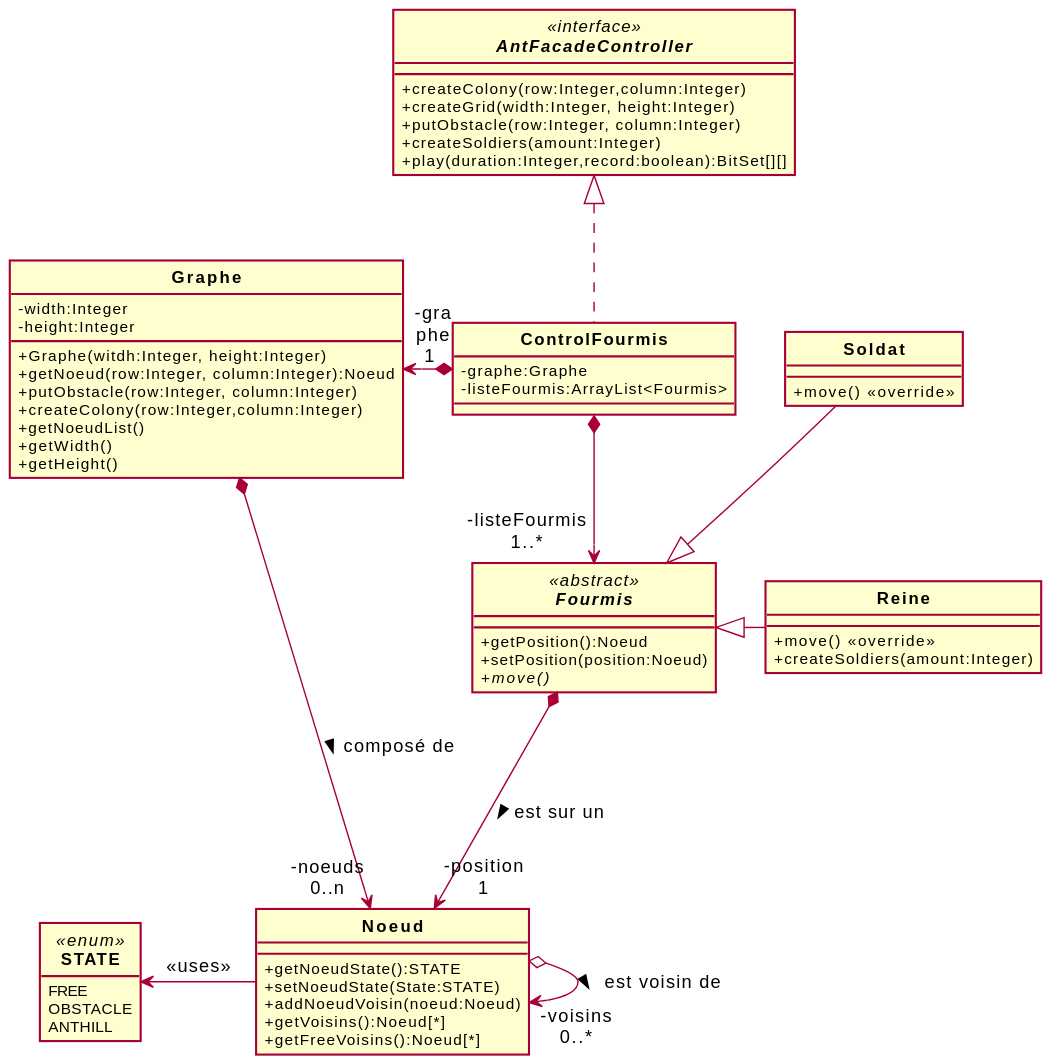
Before: Fourmis_DC.svg, a diagram exported from PlantUML (ErenMustafaGit/ColonieFourmis).
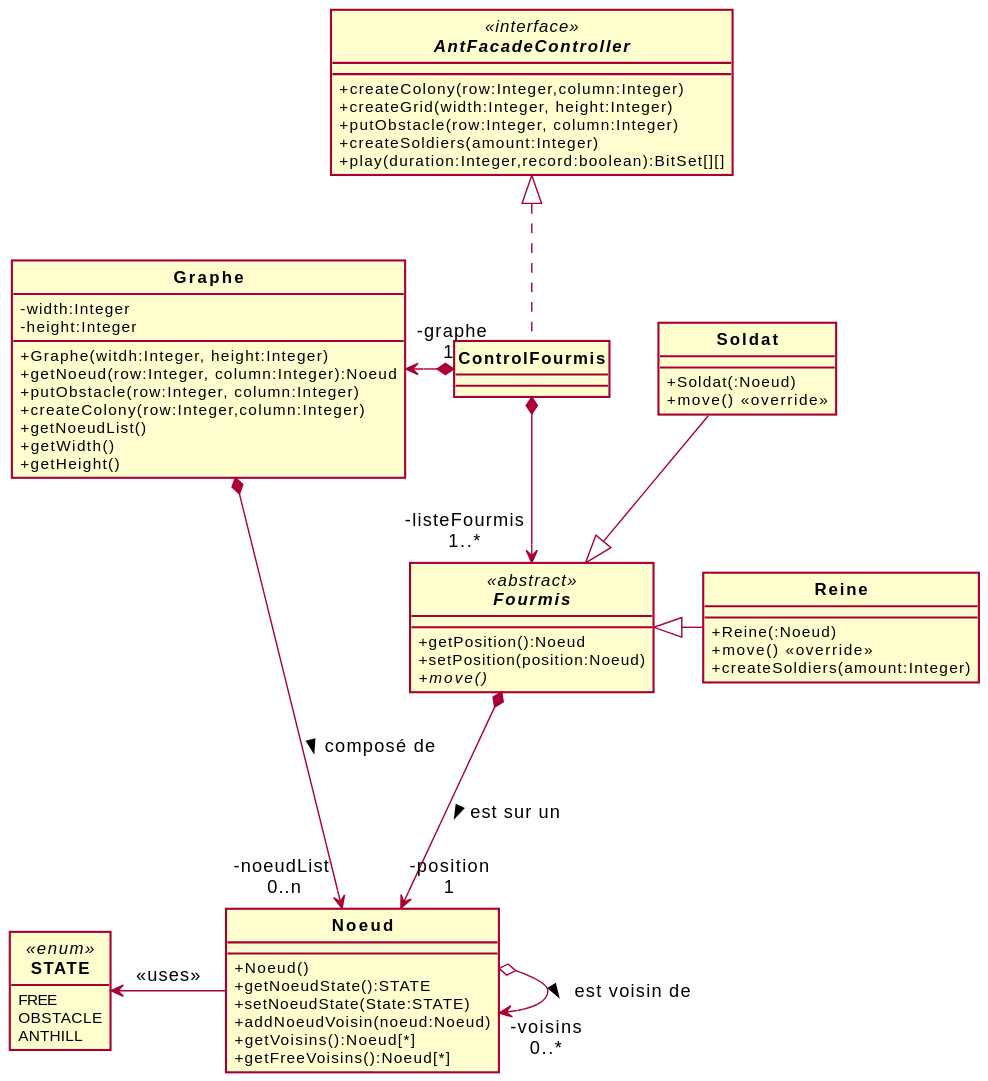
Later version of the same file.

The edit, as a diff of the source:
```diff
@@ -16,6 +16,7 @@
 }
 
 class Noeud {
+    +Noeud()
     +getNoeudState():STATE
     +setNoeudState(State:STATE)
     +addNoeudVoisin(noeud:Noeud)
@@ -35,18 +36,18 @@
     {abstract} +move()
 }
 class Reine{
+    +Reine(:Noeud)
     +move() <<override>>
     +createSoldiers(amount:Integer)
 
 }
 class Soldat{
+    +Soldat(:Noeud)
     +move() <<override>>
 }
 
 
 class ControlFourmis implements AntFacadeController{
-    -graphe:Graphe
-    -listeFourmis:ArrayList<Fourmis>
 }
 
 
@@ -66,10 +67,10 @@
 Soldat --|> Fourmis
 Reine -l-|> Fourmis
 
-ControlFourmis "-gra\nphe\n1 " *-l-> Graphe
+ControlFourmis "-graphe\n1 " *-l-> Graphe
 ControlFourmis  *--> "-listeFourmis\n1..*" Fourmis
 
-Graphe *-r-> "-noeuds\n0..n" Noeud : composé de >
+Graphe *-r-> "-noeudList \n0..n" Noeud : composé de >
 Fourmis *---> "-position\n1" Noeud  : est sur un >
 Noeud o-> "-voisins\n0..*"  Noeud  : est voisin de >
 
```
